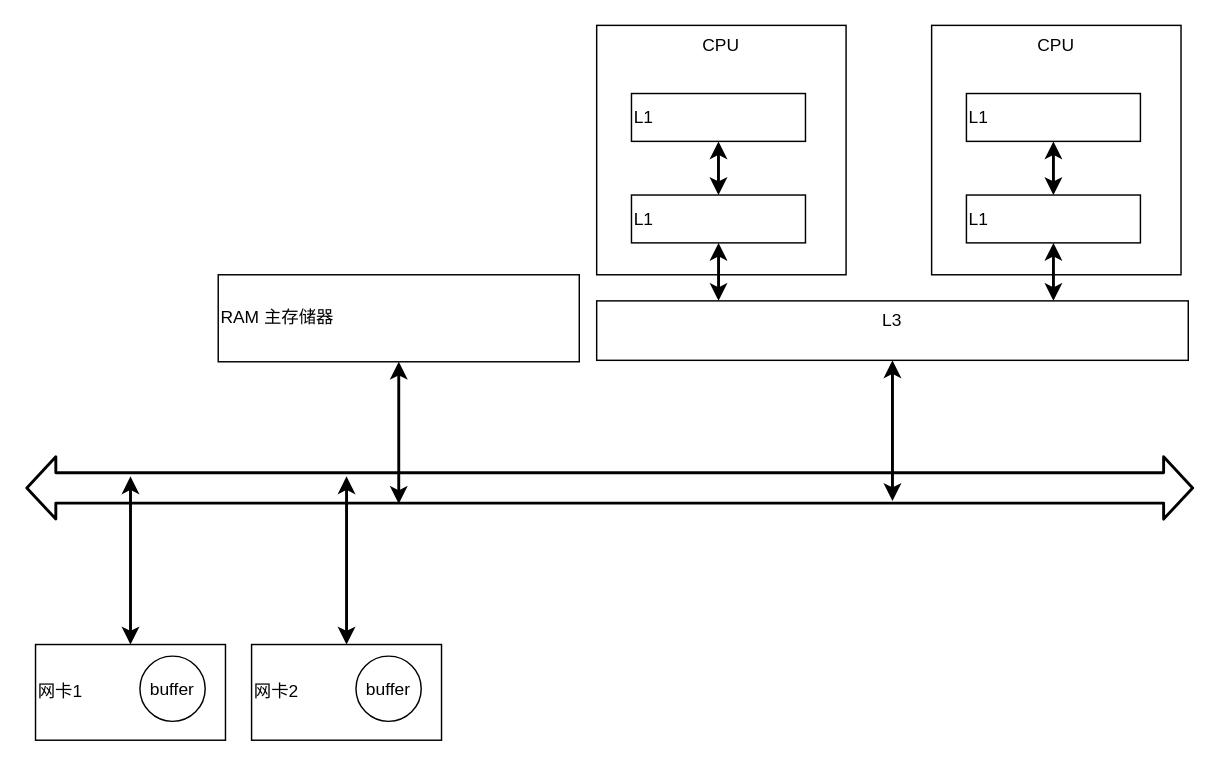
Before: 网络IO.drawio in catface996/images, a draw.io diagram. Source tidied: cells renumbered, new cells numbered last; positions are measured from the earlier drawing's top-left corner, leaving out a move shared by most shapes. Both pictures are drawn from the tidied source at 145%, with x=0, y=0 at pixel (25, 25).
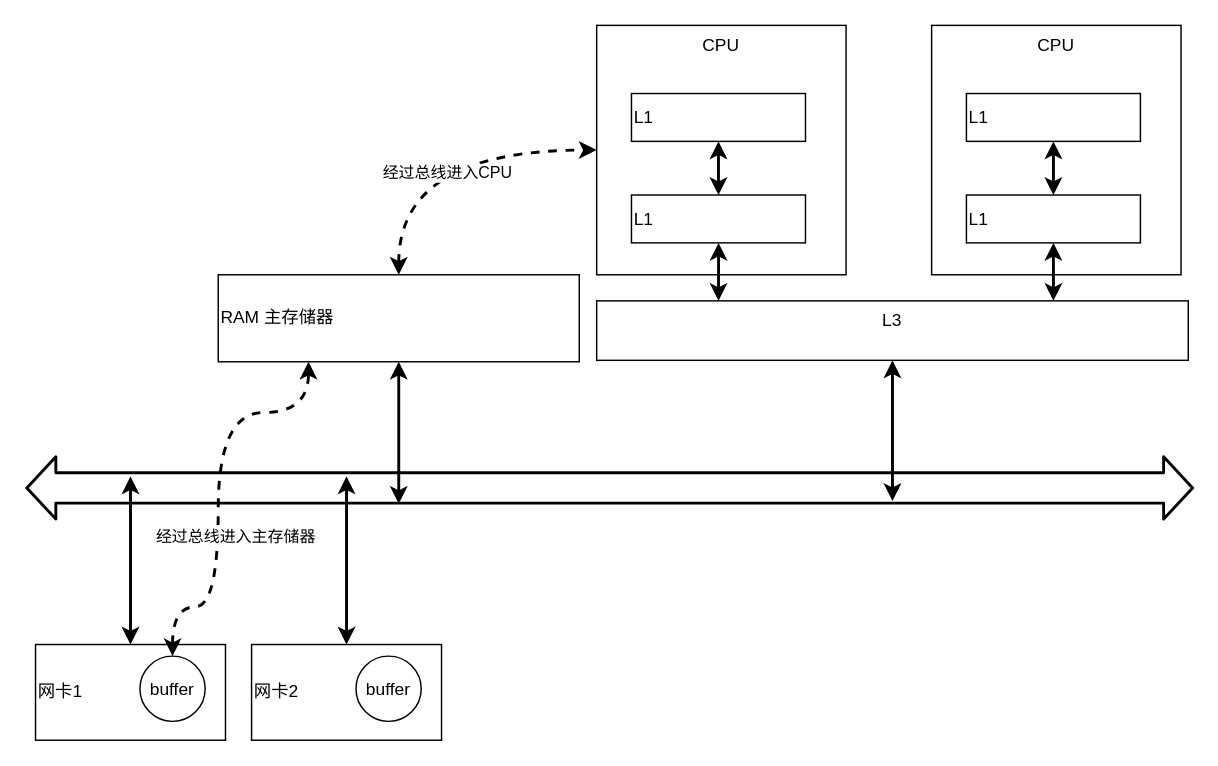
The same diagram, later.

The change refers to these unchanged cells:
```xml
<mxCell id="5" value="buffer" style="ellipse;whiteSpace=wrap;html=1;" parent="1" vertex="1">
  <mxGeometry x="79" y="435" width="45" height="45" as="geometry" />
</mxCell>
<mxCell id="7" value="RAM 主存储器" style="rounded=0;whiteSpace=wrap;html=1;align=left;" parent="1" vertex="1">
  <mxGeometry x="133" y="172" width="249" height="60" as="geometry" />
</mxCell>
<mxCell id="8" value="CPU" style="whiteSpace=wrap;html=1;align=center;verticalAlign=top;" parent="1" vertex="1">
  <mxGeometry x="394" width="172" height="172" as="geometry" />
</mxCell>
```

The edit, as a diff of the source:
```diff
@@
+    <mxCell id="23" style="edgeStyle=orthogonalEdgeStyle;rounded=0;jettySize=auto;html=1;startArrow=classic;startFill=1;strokeWidth=2;curved=1;entryX=0.25;entryY=1;entryDx=0;entryDy=0;dashed=1;" parent="1" edge="1" source="5" target="7">
+      <mxGeometry relative="1" as="geometry">
+        <Array as="points">
+          <mxPoint x="102" y="401" />
+          <mxPoint x="133" y="401" />
+          <mxPoint x="133" y="267" />
+          <mxPoint x="195" y="267" />
+        </Array>
+      </mxGeometry>
+    </mxCell>
+    <mxCell id="24" value="经过总线进入主存储器" style="edgeLabel;html=1;align=center;verticalAlign=middle;" parent="23" vertex="1">
+      <mxGeometry x="0.1" y="8" relative="1" as="geometry">
+        <mxPoint x="19" y="49" as="offset" />
+      </mxGeometry>
+    </mxCell>
@@
+    <mxCell id="25" style="edgeStyle=orthogonalEdgeStyle;curved=1;rounded=0;jettySize=auto;html=1;entryX=0;entryY=0.5;entryDx=0;entryDy=0;dashed=1;startArrow=classic;startFill=1;strokeWidth=2;exitX=0.5;exitY=0;exitDx=0;exitDy=0;" parent="1" edge="1" source="7" target="8">
+      <mxGeometry relative="1" as="geometry" />
+    </mxCell>
+    <mxCell id="26" value="经过总线进入CPU" style="edgeLabel;html=1;align=center;verticalAlign=middle;" parent="25" vertex="1">
+      <mxGeometry x="0.07" y="-15" relative="1" as="geometry" />
+    </mxCell>
```
